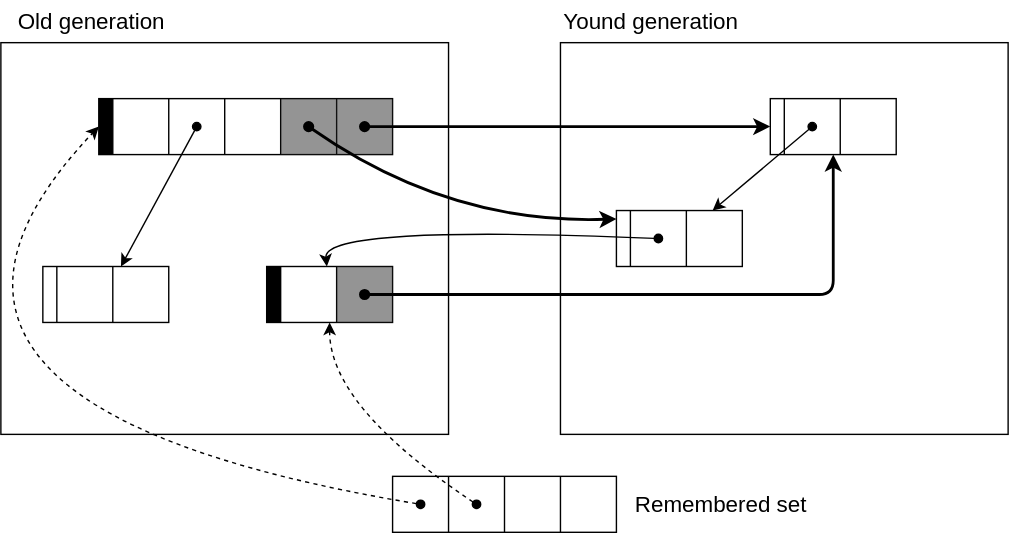
The draw.io diagram assets/img/lecture_materials/GarbageCollection/ch7/remembered-set.drawio.svg in drop-stones/slides, before a commit. Source tidied: cells renumbered, new cells last; positions are measured from the earlier drawing's top-left corner, leaving out a move shared by most shapes.
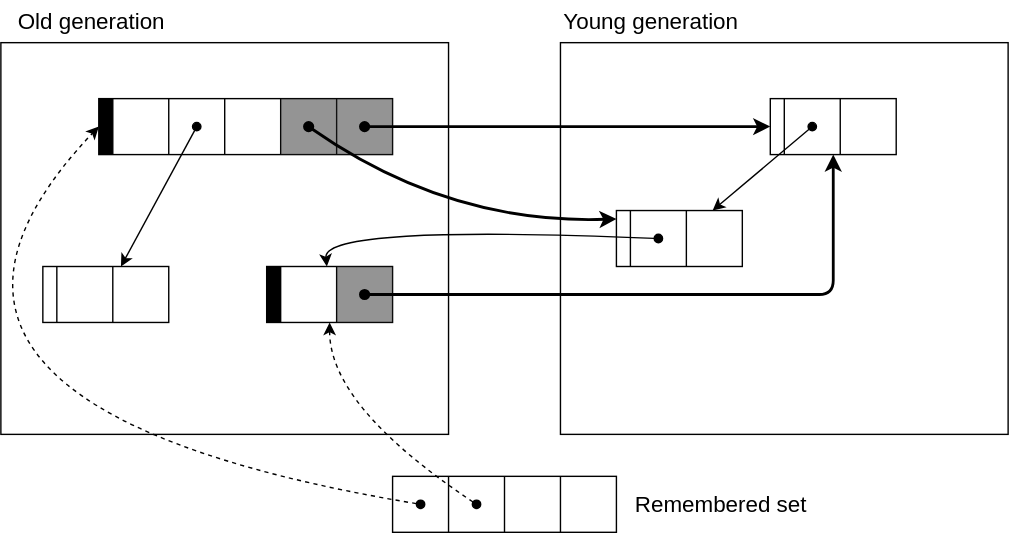
Above is the later version.

Change to the diagram source:
```diff
@@ -11,7 +11,7 @@
     <mxCell id="4" value="&lt;font style=&quot;font-size: 16px&quot;&gt;Old generation&lt;/font&gt;" style="text;html=1;strokeColor=none;fillColor=none;align=center;verticalAlign=middle;whiteSpace=wrap;rounded=0;" parent="1" vertex="1">
       <mxGeometry x="120" width="130" height="30" as="geometry" />
     </mxCell>
-    <mxCell id="5" value="&lt;font style=&quot;font-size: 16px&quot;&gt;Yound generation&lt;/font&gt;" style="text;html=1;strokeColor=none;fillColor=none;align=center;verticalAlign=middle;whiteSpace=wrap;rounded=0;" parent="1" vertex="1">
+    <mxCell id="5" value="&lt;font style=&quot;font-size: 16px&quot;&gt;Young generation&lt;/font&gt;" style="text;html=1;strokeColor=none;fillColor=none;align=center;verticalAlign=middle;whiteSpace=wrap;rounded=0;" parent="1" vertex="1">
       <mxGeometry x="520" width="130" height="30" as="geometry" />
     </mxCell>
     <mxCell id="6" style="shape=table;startSize=0;fillColor=none;" parent="1" vertex="1">
```
